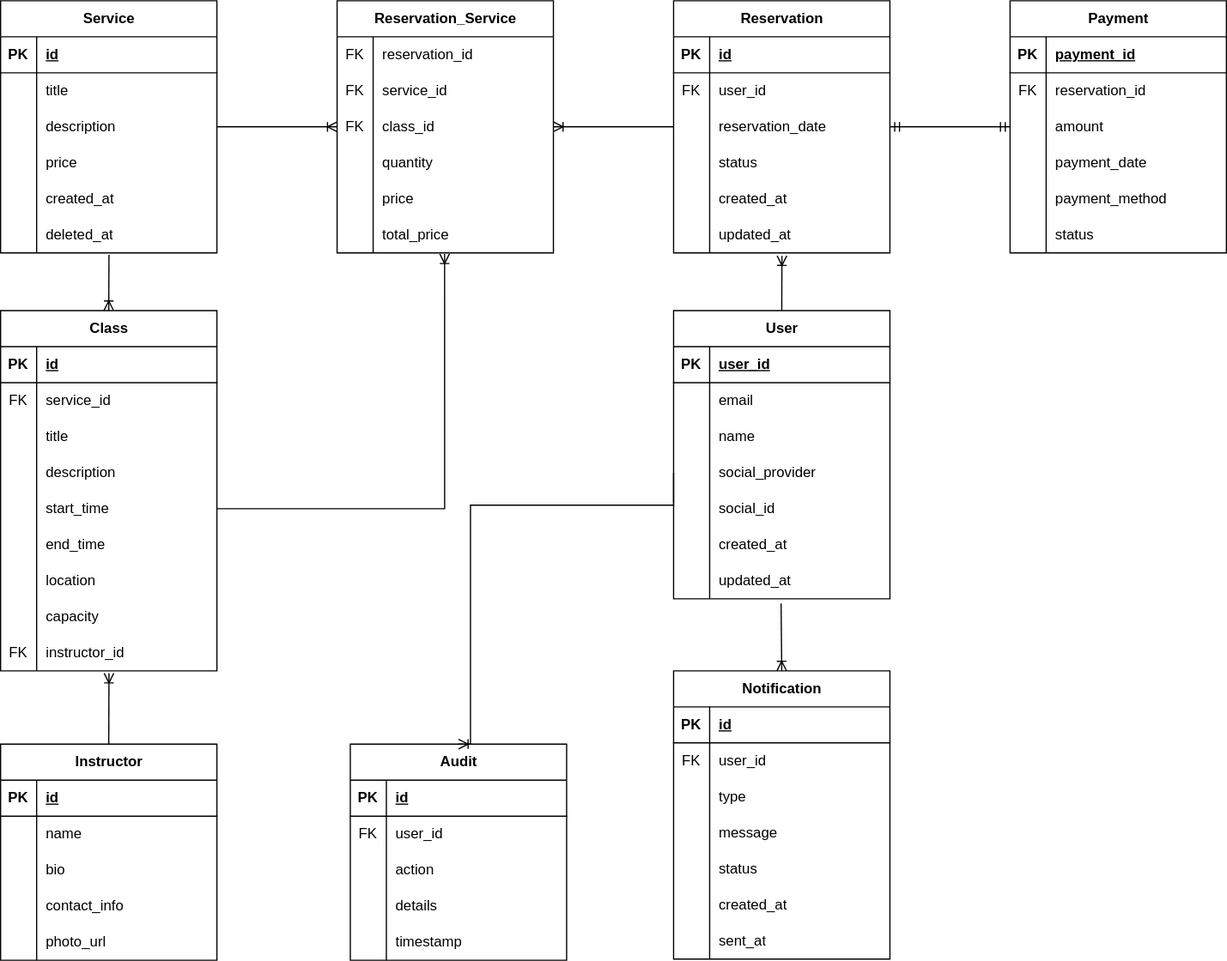
The draw.io diagram sool_reservation.drawio.svg in jhmin128/joo-hee, before a commit. Source tidied: cells renumbered, new cells last; positions are measured from the earlier drawing's top-left corner, leaving out a move shared by most shapes.
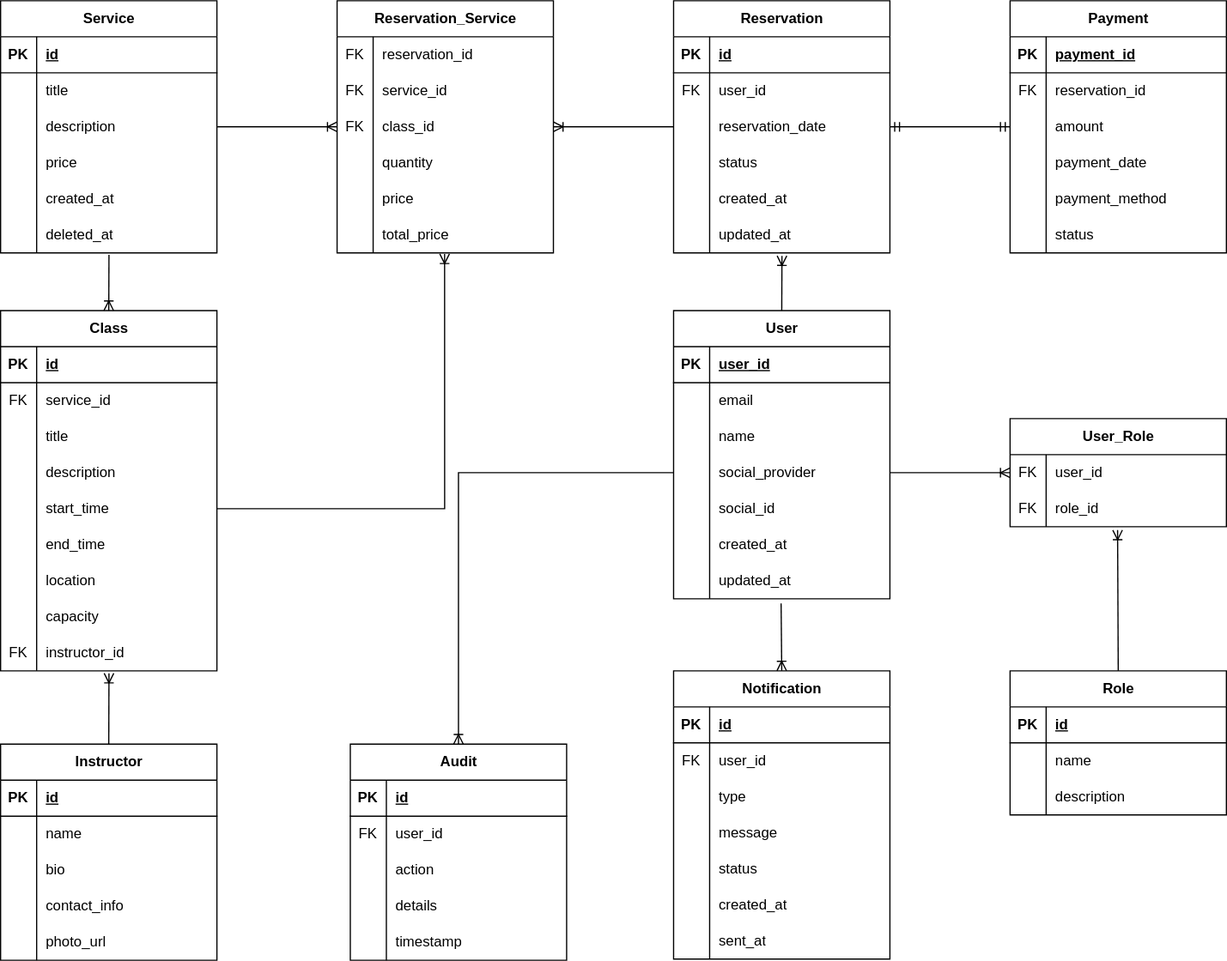
Above is the later version.

Commit message:
sool_reservation.drawio.svg 업데이트 - role

(cherry picked from commit 624ed3e2a8a9a15b57a9e6247946cda8e744774b)

Diff of the diagram source:
```diff
@@ -555,13 +555,7 @@
       <mxGeometry x="30" width="150" height="30" as="geometry" />
     </mxCell>
     <mxCell id="186" style="fontSize=12;html=1;endArrow=ERoneToMany;rounded=0;exitX=0;exitY=0.5;exitDx=0;exitDy=0;entryX=0.5;entryY=0;entryDx=0;entryDy=0;edgeStyle=orthogonalEdgeStyle;" parent="1" edge="1" source="12" target="104">
-      <mxGeometry relative="1" as="geometry">
-        <Array as="points">
-          <mxPoint x="560" y="420" />
-          <mxPoint x="391" y="420" />
-          <mxPoint x="391" y="619" />
-        </Array>
-      </mxGeometry>
+      <mxGeometry relative="1" as="geometry" />
     </mxCell>
     <mxCell id="187" style="fontSize=12;html=1;endArrow=ERoneToMany;rounded=0;entryX=0.5;entryY=0;entryDx=0;entryDy=0;exitX=0.497;exitY=1.127;exitDx=0;exitDy=0;exitPerimeter=0;" parent="1" edge="1" source="21" target="120">
       <mxGeometry relative="1" as="geometry" />
@@ -572,12 +566,65 @@
     <mxCell id="189" style="fontSize=12;html=1;endArrow=ERoneToMany;rounded=0;exitX=0.5;exitY=0;exitDx=0;exitDy=0;entryX=0.501;entryY=1.067;entryDx=0;entryDy=0;entryPerimeter=0;" parent="1" edge="1" source="170" target="167">
       <mxGeometry relative="1" as="geometry" />
     </mxCell>
-    <mxCell id="190" style="fontSize=12;html=1;endArrow=ERoneToMany;rounded=0;exitX=1;exitY=0.5;exitDx=0;exitDy=0;edgeStyle=orthogonalEdgeStyle;entryX=0.497;entryY=1.027;entryDx=0;entryDy=0;entryPerimeter=0;" parent="1" edge="1" source="155" target="78">
-      <mxGeometry relative="1" as="geometry">
-        <Array as="points">
-          <mxPoint x="369" y="423" />
-        </Array>
-      </mxGeometry>
+    <mxCell id="190" style="fontSize=12;html=1;endArrow=ERoneToMany;rounded=0;exitX=1;exitY=0.5;exitDx=0;exitDy=0;entryX=0.497;entryY=1.027;entryDx=0;entryDy=0;entryPerimeter=0;edgeStyle=orthogonalEdgeStyle;" parent="1" edge="1" source="155" target="78">
+      <mxGeometry relative="1" as="geometry" />
     </mxCell>
+    <mxCell id="191" value="User_Role" style="shape=table;startSize=30;rowLines=0;fontStyle=1;align=center;html=1;" parent="1" vertex="1">
+      <mxGeometry x="840" y="348" width="180" height="90" as="geometry" />
+    </mxCell>
+    <mxCell id="192" style="shape=tableRow;horizontal=0;startSize=0;swimlaneHead=0;swimlaneBody=0;fillColor=none;points=[[0,0.5],[1,0.5]];portConstraint=eastwest;top=0;left=0;right=0;bottom=0;" parent="191" vertex="1">
+      <mxGeometry y="30" width="180" height="30" as="geometry" />
+    </mxCell>
+    <mxCell id="193" value="FK" style="shape=partialRectangle;fillColor=none;top=0;left=0;bottom=0;right=0;overflow=hidden;whiteSpace=wrap;html=1;" parent="192" vertex="1">
+      <mxGeometry width="30" height="30" as="geometry" />
+    </mxCell>
+    <mxCell id="194" value="user_id" style="shape=partialRectangle;fillColor=none;top=0;left=0;bottom=0;right=0;align=left;spacingLeft=6;overflow=hidden;whiteSpace=wrap;html=1;" parent="192" vertex="1">
+      <mxGeometry x="30" width="150" height="30" as="geometry" />
+    </mxCell>
+    <mxCell id="195" style="shape=tableRow;horizontal=0;startSize=0;swimlaneHead=0;swimlaneBody=0;fillColor=none;points=[[0,0.5],[1,0.5]];portConstraint=eastwest;top=0;left=0;right=0;bottom=0;" parent="191" vertex="1">
+      <mxGeometry y="60" width="180" height="30" as="geometry" />
+    </mxCell>
+    <mxCell id="196" value="FK" style="shape=partialRectangle;fillColor=none;top=0;left=0;bottom=0;right=0;overflow=hidden;whiteSpace=wrap;html=1;" parent="195" vertex="1">
+      <mxGeometry width="30" height="30" as="geometry" />
+    </mxCell>
+    <mxCell id="197" value="role_id" style="shape=partialRectangle;fillColor=none;top=0;left=0;bottom=0;right=0;align=left;spacingLeft=6;overflow=hidden;whiteSpace=wrap;html=1;" parent="195" vertex="1">
+      <mxGeometry x="30" width="150" height="30" as="geometry" />
+    </mxCell>
+    <mxCell id="198" value="Role" style="shape=table;startSize=30;rowLines=0;fontStyle=1;align=center;html=1;" parent="1" vertex="1">
+      <mxGeometry x="840" y="558" width="180" height="120" as="geometry" />
+    </mxCell>
+    <mxCell id="199" style="shape=tableRow;horizontal=0;startSize=0;swimlaneHead=0;swimlaneBody=0;fillColor=none;top=0;left=0;right=0;bottom=1;" parent="198" vertex="1">
+      <mxGeometry y="30" width="180" height="30" as="geometry" />
+    </mxCell>
+    <mxCell id="200" value="PK" style="shape=partialRectangle;fillColor=none;top=0;left=0;bottom=0;right=0;fontStyle=1;overflow=hidden;whiteSpace=wrap;html=1;" parent="199" vertex="1">
+      <mxGeometry width="30" height="30" as="geometry" />
+    </mxCell>
+    <mxCell id="201" value="id" style="shape=partialRectangle;fillColor=none;top=0;left=0;bottom=0;right=0;align=left;spacingLeft=6;fontStyle=5;overflow=hidden;whiteSpace=wrap;html=1;" parent="199" vertex="1">
+      <mxGeometry x="30" width="150" height="30" as="geometry" />
+    </mxCell>
+    <mxCell id="202" style="shape=tableRow;horizontal=0;startSize=0;swimlaneHead=0;swimlaneBody=0;fillColor=none;top=0;left=0;right=0;bottom=0;" parent="198" vertex="1">
+      <mxGeometry y="60" width="180" height="30" as="geometry" />
+    </mxCell>
+    <mxCell id="203" style="shape=partialRectangle;fillColor=none;top=0;left=0;bottom=0;right=0;overflow=hidden;whiteSpace=wrap;html=1;" parent="202" vertex="1">
+      <mxGeometry width="30" height="30" as="geometry" />
+    </mxCell>
+    <mxCell id="204" value="name" style="shape=partialRectangle;fillColor=none;top=0;left=0;bottom=0;right=0;align=left;spacingLeft=6;overflow=hidden;whiteSpace=wrap;html=1;" parent="202" vertex="1">
+      <mxGeometry x="30" width="150" height="30" as="geometry" />
+    </mxCell>
+    <mxCell id="205" style="shape=tableRow;horizontal=0;startSize=0;swimlaneHead=0;swimlaneBody=0;fillColor=none;top=0;left=0;right=0;bottom=0;" parent="198" vertex="1">
+      <mxGeometry y="90" width="180" height="30" as="geometry" />
+    </mxCell>
+    <mxCell id="206" style="shape=partialRectangle;fillColor=none;top=0;left=0;bottom=0;right=0;overflow=hidden;whiteSpace=wrap;html=1;" parent="205" vertex="1">
+      <mxGeometry width="30" height="30" as="geometry" />
+    </mxCell>
+    <mxCell id="207" value="description" style="shape=partialRectangle;fillColor=none;top=0;left=0;bottom=0;right=0;align=left;spacingLeft=6;overflow=hidden;whiteSpace=wrap;html=1;" parent="205" vertex="1">
+      <mxGeometry x="30" width="150" height="30" as="geometry" />
+    </mxCell>
+    <mxCell id="208" style="edgeStyle=orthogonalEdgeStyle;fontSize=12;html=1;endArrow=ERoneToMany;rounded=0;entryX=0;entryY=0.5;entryDx=0;entryDy=0;exitX=1;exitY=0.5;exitDx=0;exitDy=0;" parent="1" edge="1" source="12" target="192">
+      <mxGeometry relative="1" as="geometry" />
+    </mxCell>
+    <mxCell id="209" style="fontSize=12;html=1;endArrow=ERoneToMany;rounded=0;exitX=0.5;exitY=0;exitDx=0;exitDy=0;entryX=0.497;entryY=1.093;entryDx=0;entryDy=0;entryPerimeter=0;" parent="1" edge="1" source="198" target="195">
+      <mxGeometry relative="1" as="geometry" />
+    </mxCell>
   </root>
 </mxGraphModel>
```
